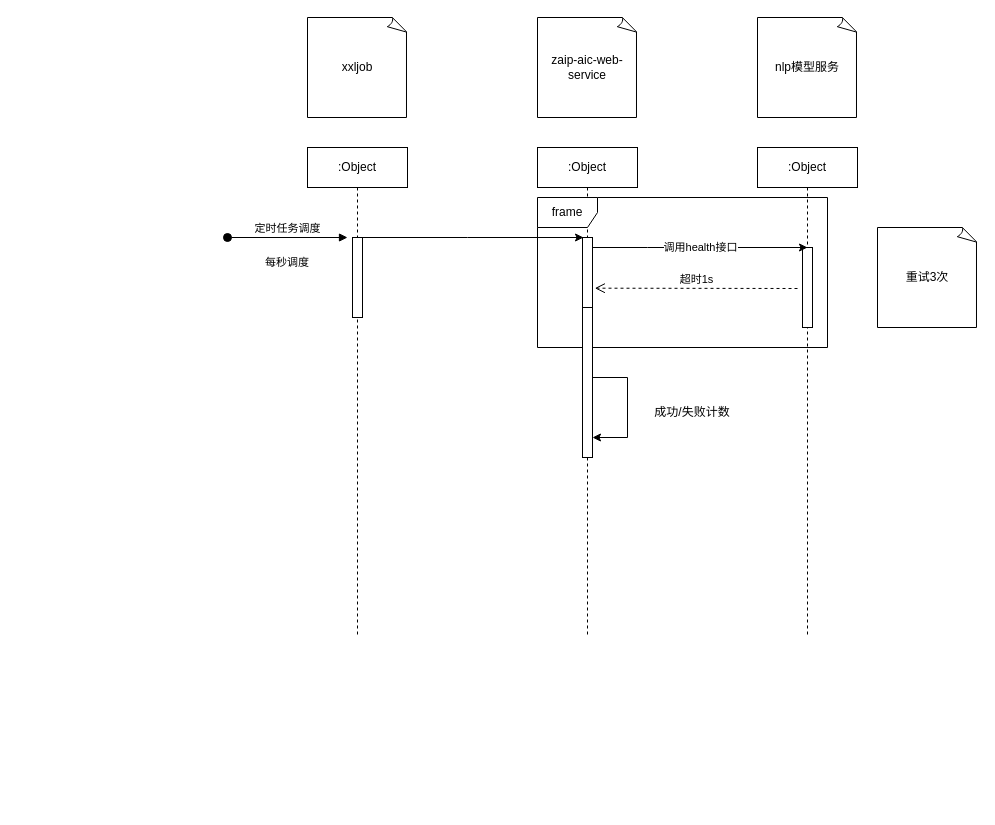
This is 未命名绘图.drawio from hack0303/draw.io-store, a draw.io file, before an edit. Source tidied: cells renumbered, new cells numbered last; positions are measured from the earlier drawing's top-left corner, leaving out a move shared by most shapes. Both pictures are drawn from the tidied source at 100%, with x=0, y=0 at pixel (227, 17).
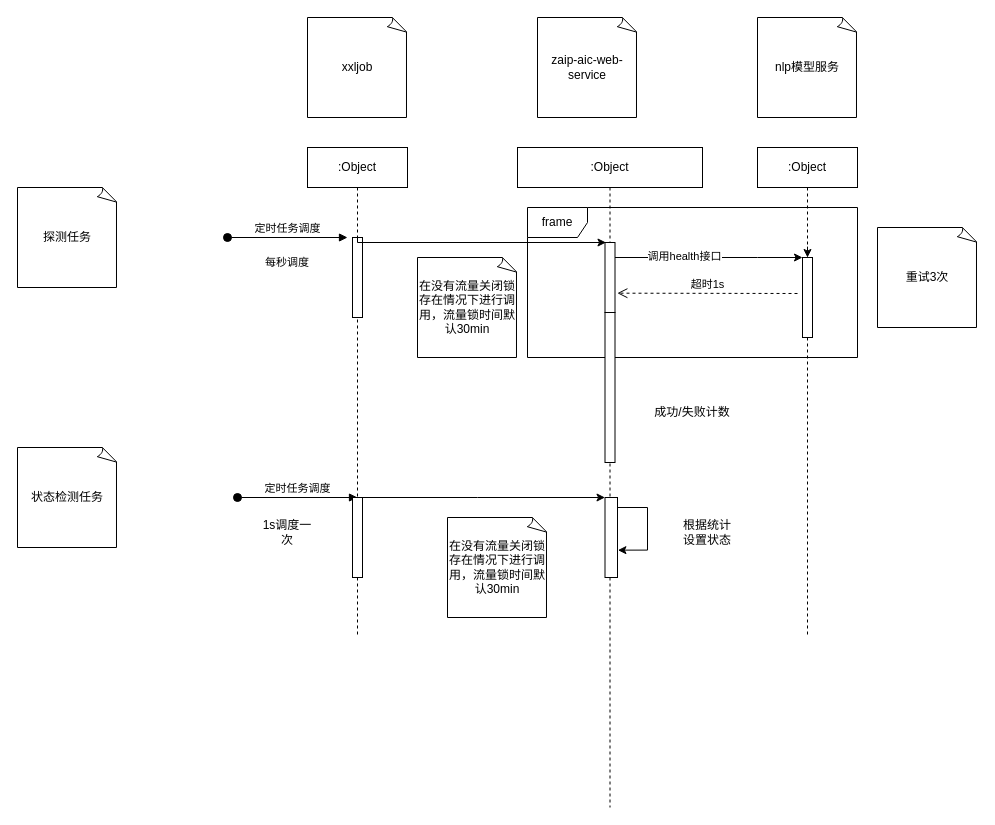
After the change.

Commit message (it also covers changes not shown here):
更新未命名绘图.drawio

Unchanged cells that the change refers to:
```xml
<mxCell id="2" value=":Object" style="shape=umlLifeline;perimeter=lifelinePerimeter;whiteSpace=wrap;html=1;" parent="1" vertex="1">
  <mxGeometry x="80" y="130" width="100" height="490" as="geometry" />
</mxCell>
<mxCell id="3" style="html=1;points=[];perimeter=orthogonalPerimeter;" parent="2" vertex="1">
  <mxGeometry x="45" y="90" width="10" height="80" as="geometry" />
</mxCell>
<mxCell id="12" value=":Object" style="shape=umlLifeline;perimeter=lifelinePerimeter;whiteSpace=wrap;html=1;" parent="1" vertex="1">
  <mxGeometry x="530" y="130" width="100" height="490" as="geometry" />
</mxCell>
```

Diff of the diagram source:
```diff
@@
+    <mxCell id="6" value="frame" style="shape=umlFrame;whiteSpace=wrap;html=1;" parent="1" vertex="1">
+      <mxGeometry x="300" y="190" width="330" height="150" as="geometry" />
+    </mxCell>
@@
+    <mxCell id="21" value="定时任务调度" style="html=1;verticalAlign=bottom;startArrow=oval;startFill=1;endArrow=block;startSize=8;rounded=0;" parent="2" edge="1">
+      <mxGeometry relative="1" as="geometry">
+        <mxPoint x="-70" y="350" as="sourcePoint" />
+        <mxPoint x="50" y="350" as="targetPoint" />
+      </mxGeometry>
+    </mxCell>
+    <mxCell id="22" style="html=1;points=[];perimeter=orthogonalPerimeter;" parent="2" vertex="1">
+      <mxGeometry x="45" y="350" width="10" height="80" as="geometry" />
+    </mxCell>
     <mxCell id="4" value=":Object" style="shape=umlLifeline;perimeter=lifelinePerimeter;whiteSpace=wrap;html=1;" parent="1" vertex="1">
-      <mxGeometry x="310" y="130" width="100" height="490" as="geometry" />
+      <mxGeometry x="290" y="130" width="185" height="660" as="geometry" />
     </mxCell>
     <mxCell id="5" style="html=1;points=[];perimeter=orthogonalPerimeter;" parent="4" vertex="1">
-      <mxGeometry x="45" y="90" width="10" height="70" as="geometry" />
+      <mxGeometry x="87.5" y="95" width="10" height="70" as="geometry" />
     </mxCell>
-    <mxCell id="6" value="frame" style="shape=umlFrame;whiteSpace=wrap;html=1;" parent="4" vertex="1">
-      <mxGeometry y="50" width="290" height="150" as="geometry" />
-    </mxCell>
     <mxCell id="7" style="html=1;points=[];perimeter=orthogonalPerimeter;" parent="4" vertex="1">
-      <mxGeometry x="45" y="160" width="10" height="150" as="geometry" />
+      <mxGeometry x="87.5" y="165" width="10" height="150" as="geometry" />
     </mxCell>
@@
+    <mxCell id="23" style="html=1;points=[];perimeter=orthogonalPerimeter;" parent="4" vertex="1">
+      <mxGeometry x="87.5" y="350" width="12.5" height="80" as="geometry" />
+    </mxCell>
+    <mxCell id="24" style="edgeStyle=orthogonalEdgeStyle;rounded=0;orthogonalLoop=1;jettySize=auto;html=1;entryX=1.033;entryY=0.658;entryDx=0;entryDy=0;entryPerimeter=0;" parent="4" edge="1" source="23" target="23">
+      <mxGeometry relative="1" as="geometry">
+        <Array as="points">
+          <mxPoint x="130" y="360" />
+          <mxPoint x="130" y="403" />
+        </Array>
+      </mxGeometry>
+    </mxCell>
@@
     <mxCell id="13" style="html=1;points=[];perimeter=orthogonalPerimeter;" parent="12" vertex="1">
-      <mxGeometry x="45" y="100" width="10" height="80" as="geometry" />
+      <mxGeometry x="45" y="110" width="10" height="80" as="geometry" />
     </mxCell>
     <mxCell id="14" style="edgeStyle=orthogonalEdgeStyle;rounded=0;jettySize=auto;html=1;exitX=0.5;exitY=0;exitDx=0;exitDy=0;exitPerimeter=0;entryX=0.1;entryY=0;entryDx=0;entryDy=0;entryPerimeter=0;" parent="1" edge="1" source="3" target="5">
       <mxGeometry relative="1" as="geometry">
         <Array as="points">
-          <mxPoint x="240" y="220" />
-          <mxPoint x="240" y="220" />
+          <mxPoint x="130" y="225" />
         </Array>
       </mxGeometry>
     </mxCell>
-    <mxCell id="15" value="调用health接口" style="edgeStyle=orthogonalEdgeStyle;rounded=0;jettySize=auto;html=1;entryX=0.5;entryY=0;entryDx=0;entryDy=0;entryPerimeter=0;" parent="1" edge="1" source="5" target="13">
+    <mxCell id="15" style="edgeStyle=orthogonalEdgeStyle;rounded=0;jettySize=auto;html=1;entryX=0.5;entryY=0;entryDx=0;entryDy=0;entryPerimeter=0;startArrow=none;" parent="1" edge="1" source="6" target="13">
       <mxGeometry relative="1" as="geometry">
         <Array as="points">
           <mxPoint x="420" y="230" />
           <mxPoint x="420" y="230" />
         </Array>
       </mxGeometry>
     </mxCell>
     <mxCell id="16" value="超时1s" style="html=1;verticalAlign=bottom;endArrow=open;dashed=1;endSize=8;rounded=0;entryX=1.233;entryY=0.724;entryDx=0;entryDy=0;entryPerimeter=0;" parent="1" edge="1" target="5">
       <mxGeometry relative="1" as="geometry">
-        <mxPoint x="570" y="271" as="sourcePoint" />
+        <mxPoint x="570" y="276" as="sourcePoint" />
       </mxGeometry>
     </mxCell>
@@
+    <mxCell id="25" value="探测任务" style="whiteSpace=wrap;html=1;shape=mxgraph.basic.document;" parent="1" vertex="1">
+      <mxGeometry x="-210" y="170" width="100" height="100" as="geometry" />
+    </mxCell>
+    <mxCell id="26" value="状态检测任务" style="whiteSpace=wrap;html=1;shape=mxgraph.basic.document;" parent="1" vertex="1">
+      <mxGeometry x="-210" y="430" width="100" height="100" as="geometry" />
+    </mxCell>
+    <mxCell id="27" value="1s调度一次" style="text;html=1;strokeColor=none;fillColor=none;align=center;verticalAlign=middle;whiteSpace=wrap;rounded=0;" parent="1" vertex="1">
+      <mxGeometry x="30" y="500" width="60" height="30" as="geometry" />
+    </mxCell>
+    <mxCell id="28" style="edgeStyle=orthogonalEdgeStyle;rounded=0;jettySize=auto;html=1;" parent="1" edge="1" source="22" target="23">
+      <mxGeometry relative="1" as="geometry">
+        <Array as="points">
+          <mxPoint x="250" y="480" />
+          <mxPoint x="250" y="480" />
+        </Array>
+      </mxGeometry>
+    </mxCell>
+    <mxCell id="29" value="在没有流量关闭锁存在情况下进行调用，流量锁时间默认30min" style="whiteSpace=wrap;html=1;shape=mxgraph.basic.document;" parent="1" vertex="1">
+      <mxGeometry x="190" y="240" width="100" height="100" as="geometry" />
+    </mxCell>
+    <mxCell id="30" value="在没有流量关闭锁存在情况下进行调用，流量锁时间默认30min" style="whiteSpace=wrap;html=1;shape=mxgraph.basic.document;" parent="1" vertex="1">
+      <mxGeometry x="220" y="500" width="100" height="100" as="geometry" />
+    </mxCell>
+    <mxCell id="31" value="根据统计设置状态" style="text;html=1;strokeColor=none;fillColor=none;align=center;verticalAlign=middle;whiteSpace=wrap;rounded=0;" parent="1" vertex="1">
+      <mxGeometry x="450" y="500" width="60" height="30" as="geometry" />
+    </mxCell>
+    <mxCell id="32" style="edgeStyle=orthogonalEdgeStyle;rounded=0;jettySize=auto;html=1;" parent="1" edge="1" source="5" target="13">
+      <mxGeometry relative="1" as="geometry">
+        <Array as="points">
+          <mxPoint x="530" y="240" />
+          <mxPoint x="530" y="240" />
+        </Array>
+      </mxGeometry>
+    </mxCell>
+    <mxCell id="33" value="调用health接口" style="edgeLabel;html=1;align=center;verticalAlign=middle;" parent="32" vertex="1">
+      <mxGeometry x="-0.26" y="2" relative="1" as="geometry" />
+    </mxCell>
```
